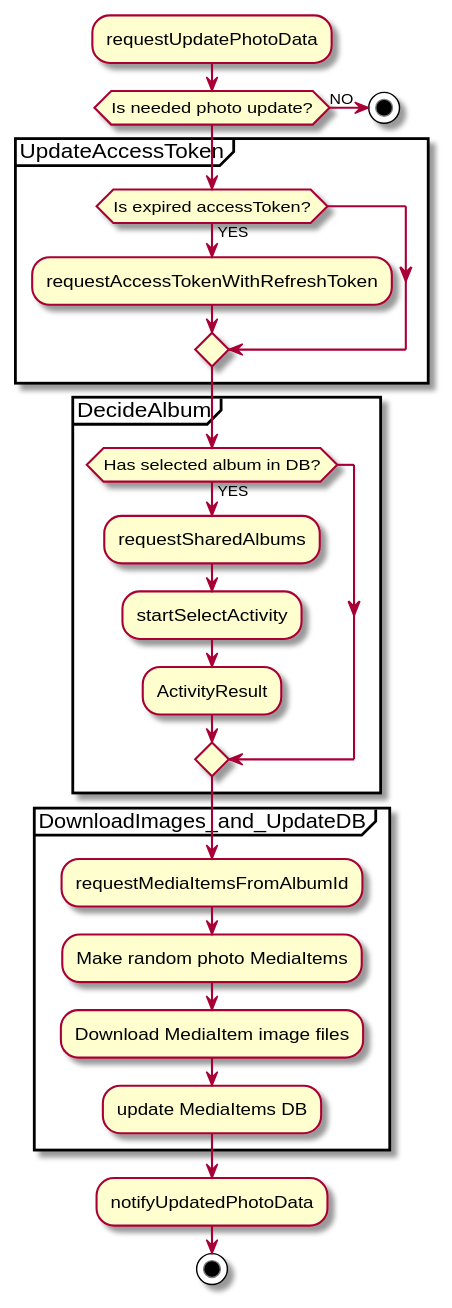
This is uml/main/activity_diagram_main_bk.svg from sallyluenoa/PhotoSlideShow, a PlantUML export, as it was before one commit. Its diagram source:
```plantuml
@startuml
:requestUpdatePhotoData;

if (Is needed photo update?) then (NO)
  stop
endif

partition UpdateAccessToken {
  if (Is expired accessToken?) then (YES)
    :requestAccessTokenWithRefreshToken;
  endif
}

partition DecideAlbum {
  if (Has selected album in DB?) then (YES)
    :requestSharedAlbums;
    :startSelectActivity;
    :ActivityResult;
  endif
}

partition DownloadImages_and_UpdateDB {
  :requestMediaItemsFromAlbumId;
  :Make random photo MediaItems;
  :Download MediaItem image files;
  :update MediaItems DB;
}

:notifyUpdatedPhotoData;
stop
@enduml
```
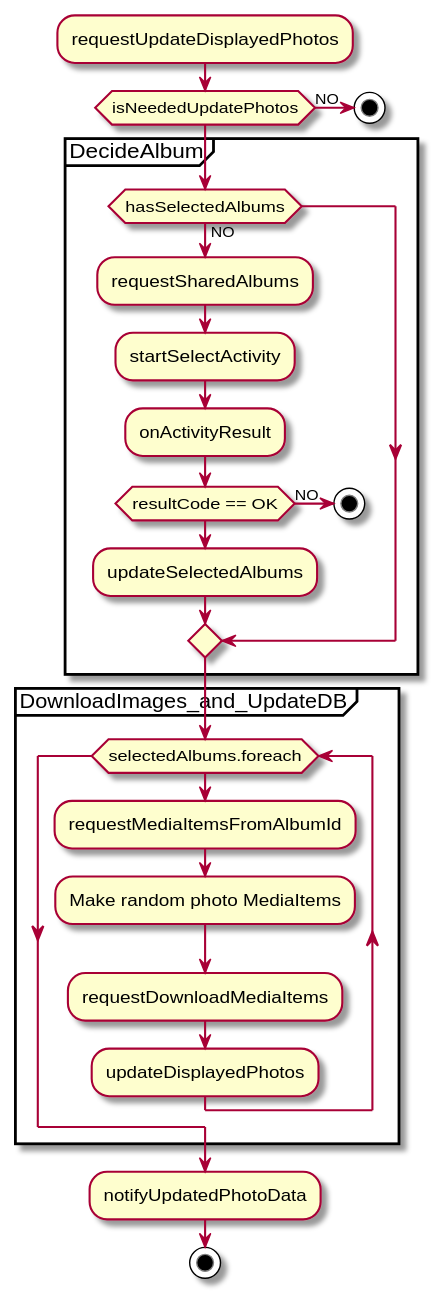
The same diagram one commit later.

Commit message:
Write UML for design #13

Change to the diagram source:
```diff
@@ -1,29 +1,31 @@
 @startuml
-:requestUpdatePhotoData;
+:requestUpdateDisplayedPhotos;
 
-if (Is needed photo update?) then (NO)
+if (isNeededUpdatePhotos) then (NO)
   stop
 endif
 
-partition UpdateAccessToken {
-  if (Is expired accessToken?) then (YES)
-    :requestAccessTokenWithRefreshToken;
-  endif
-}
-
 partition DecideAlbum {
-  if (Has selected album in DB?) then (YES)
+  if (hasSelectedAlbums) then (NO)
     :requestSharedAlbums;
     :startSelectActivity;
-    :ActivityResult;
+    :onActivityResult;
+
+    if (resultCode == OK) then (NO)
+      stop
+    endif
+
+    :updateSelectedAlbums;
   endif
 }
 
 partition DownloadImages_and_UpdateDB {
-  :requestMediaItemsFromAlbumId;
-  :Make random photo MediaItems;
-  :Download MediaItem image files;
-  :update MediaItems DB;
+  while (selectedAlbums.foreach)
+    :requestMediaItemsFromAlbumId;
+    :Make random photo MediaItems;
+    :requestDownloadMediaItems;
+    :updateDisplayedPhotos;
+  end while
 }
 
 :notifyUpdatedPhotoData;
```
